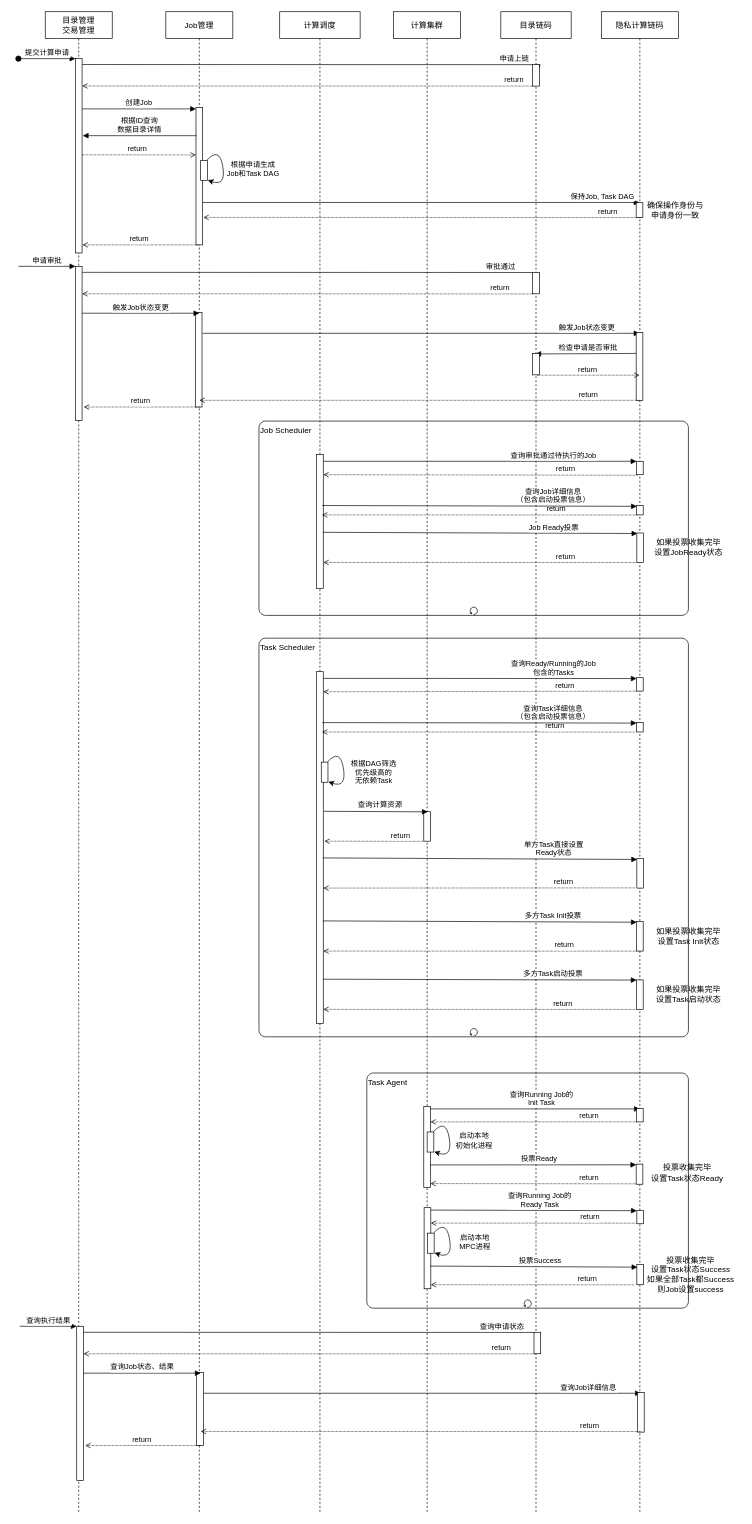
Before: mpc/sequence.drawio in zmmwl/drawio, a draw.io diagram. Source tidied: cells renumbered, new cells numbered last; positions are measured from the earlier drawing's top-left corner, leaving out a move shared by most shapes. Both pictures are drawn from the tidied source at 67%, with x=0, y=0 at pixel (18, 11).
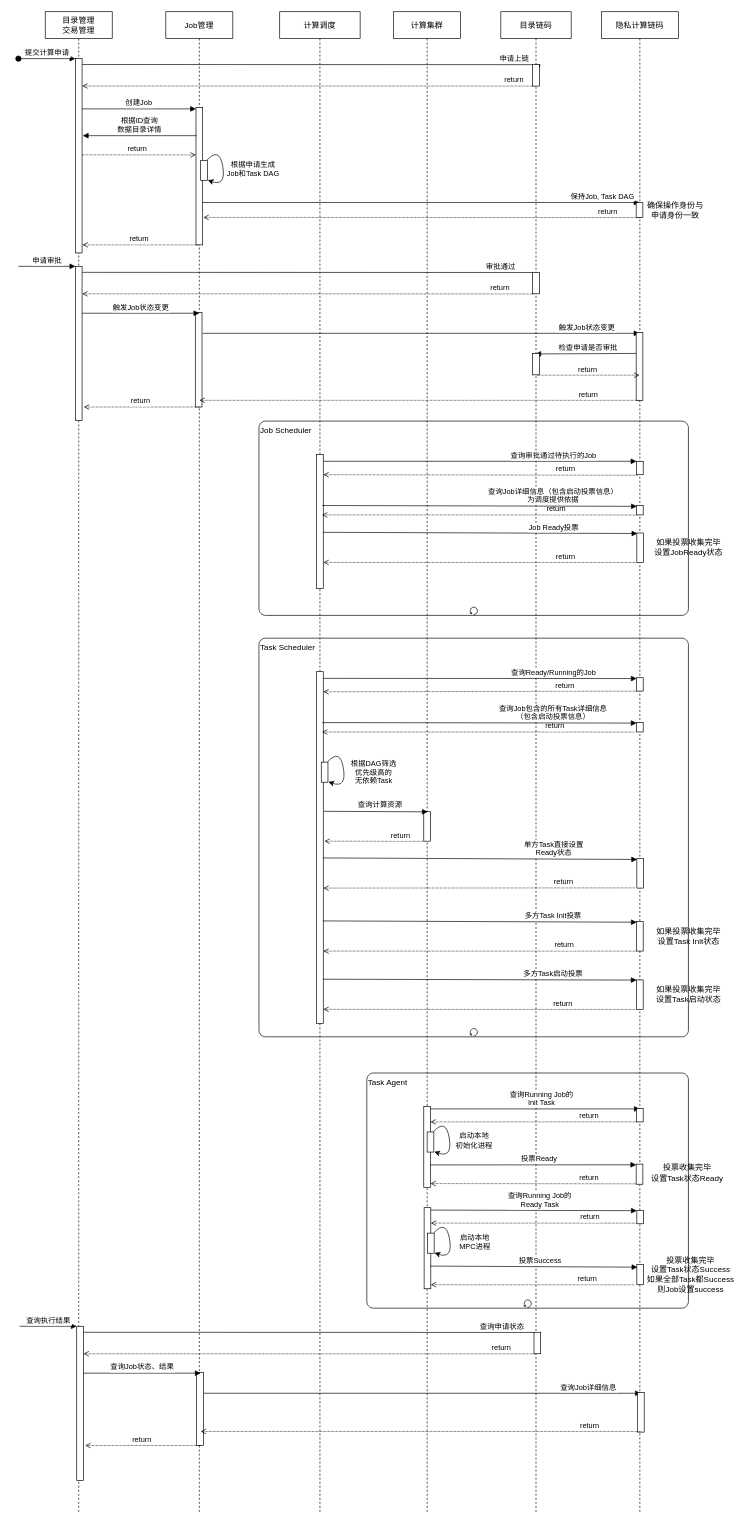
After the change.

The change refers to these unchanged cells:
```xml
<mxCell id="36" style="points=[];perimeter=orthogonalPerimeter;rounded=0;shadow=0;strokeWidth=1;" parent="33" vertex="1">
  <mxGeometry x="52.5" y="994" width="10" height="20" as="geometry" />
</mxCell>
<mxCell id="51" style="points=[];perimeter=orthogonalPerimeter;rounded=0;shadow=0;strokeWidth=1;" parent="1" vertex="1">
  <mxGeometry x="922.5" y="737" width="10" height="14" as="geometry" />
</mxCell>
<mxCell id="60" style="points=[];perimeter=orthogonalPerimeter;rounded=0;shadow=0;strokeWidth=1;" parent="1" vertex="1">
  <mxGeometry x="922.5" y="1061" width="10" height="14" as="geometry" />
</mxCell>
```

Diff of the diagram source:
```diff
@@
-    <mxCell id="54" value="查询Job详细信息&#10;（包含启动投票信息）" style="verticalAlign=bottom;endArrow=block;shadow=0;strokeWidth=1;entryX=0.06;entryY=0.088;entryDx=0;entryDy=0;entryPerimeter=0;" parent="1" edge="1" target="51">
+    <mxCell id="54" value="查询Job详细信息（包含启动投票信息）&#10;为调度提供依据" style="verticalAlign=bottom;endArrow=block;shadow=0;strokeWidth=1;entryX=0.06;entryY=0.088;entryDx=0;entryDy=0;entryPerimeter=0;" parent="1" edge="1" target="51">
       <mxGeometry x="0.47" relative="1" as="geometry">
         <mxPoint x="453.3" y="737" as="sourcePoint" />
       </mxGeometry>
     </mxCell>
@@
-    <mxCell id="58" value="查询Ready/Running的Job&#10;包含的Tasks" style="verticalAlign=bottom;endArrow=block;shadow=0;strokeWidth=1;entryX=0.027;entryY=0.063;entryDx=0;entryDy=0;entryPerimeter=0;" parent="1" edge="1" target="36">
+    <mxCell id="58" value="查询Ready/Running的Job" style="verticalAlign=bottom;endArrow=block;shadow=0;strokeWidth=1;entryX=0.027;entryY=0.063;entryDx=0;entryDy=0;entryPerimeter=0;" parent="1" edge="1" target="36">
       <mxGeometry x="0.47" relative="1" as="geometry">
         <mxPoint x="455" y="995" as="sourcePoint" />
       </mxGeometry>
     </mxCell>
@@
-    <mxCell id="64" value="查询Task详细信息&#10;（包含启动投票信息）" style="verticalAlign=bottom;endArrow=block;shadow=0;strokeWidth=1;entryX=0.018;entryY=0.052;entryDx=0;entryDy=0;entryPerimeter=0;" parent="1" edge="1" target="60">
+    <mxCell id="64" value="查询Job包含的所有Task详细信息&#10;（包含启动投票信息）" style="verticalAlign=bottom;endArrow=block;shadow=0;strokeWidth=1;entryX=0.018;entryY=0.052;entryDx=0;entryDy=0;entryPerimeter=0;" parent="1" edge="1" target="60">
       <mxGeometry x="0.47" relative="1" as="geometry">
         <mxPoint x="453.3" y="1061" as="sourcePoint" />
       </mxGeometry>
     </mxCell>
```
